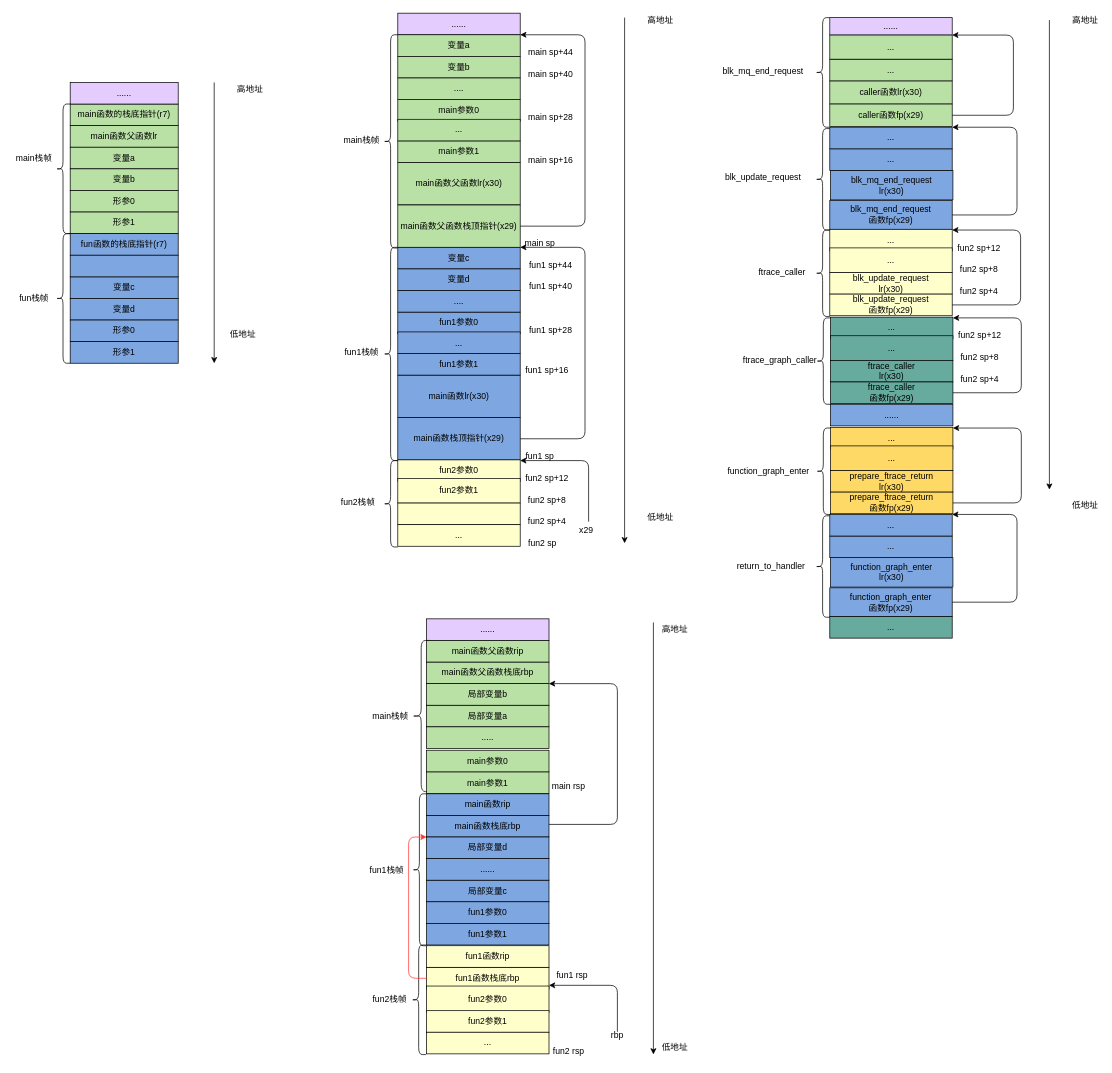
Before: function frame.drawio in jasonactions/graph, a draw.io diagram. Source tidied: cells renumbered, new cells numbered last; positions are measured from the earlier drawing's top-left corner, leaving out a move shared by most shapes. Both pictures are drawn from the tidied source at 72%, with x=0, y=0 at pixel (12, -1).
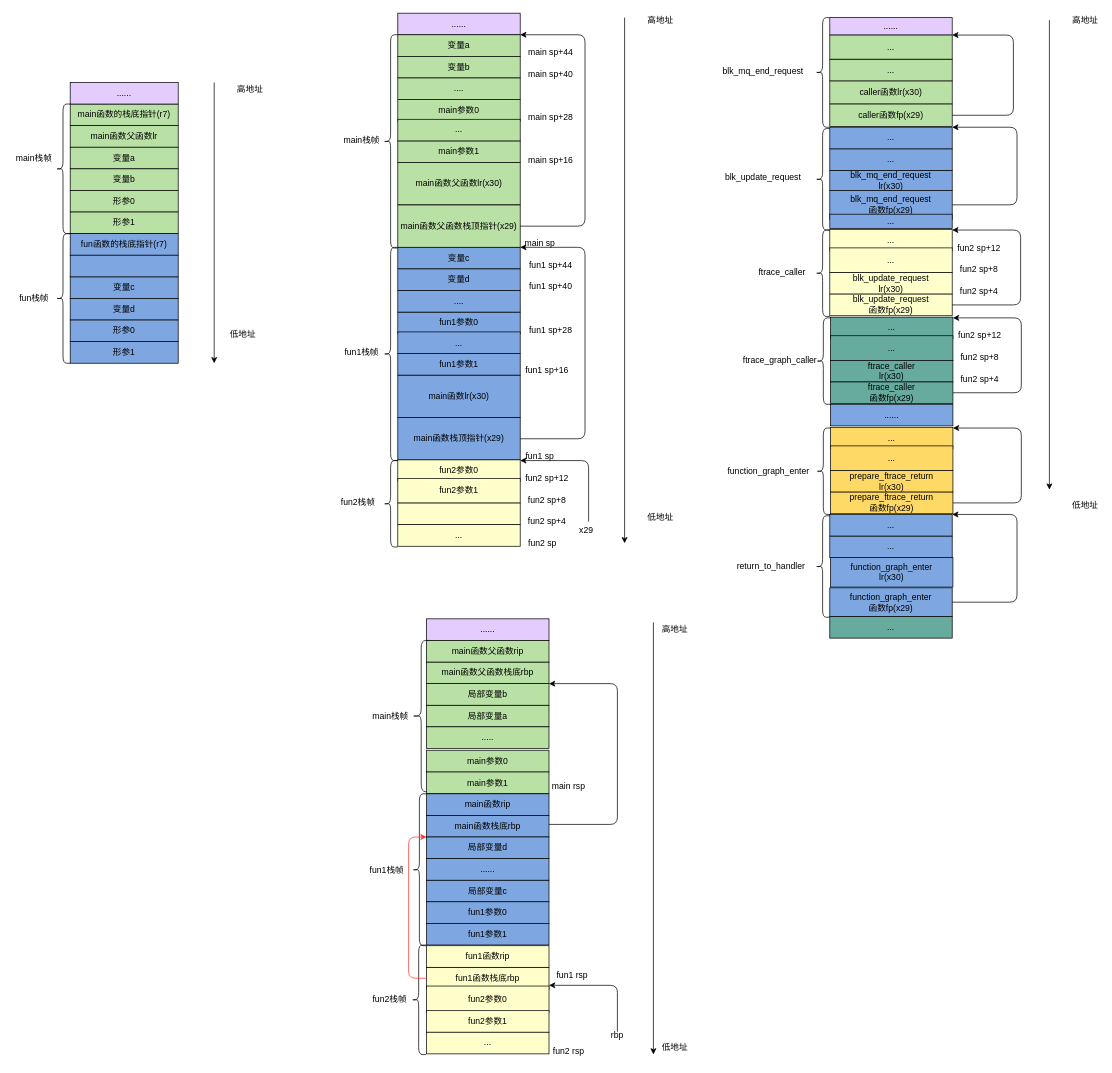
The same diagram, later.

What changed in the source:
```diff
@@
     <mxCell id="117" value="blk_mq_end_request&lt;span&gt;&lt;br&gt;lr(x30)&lt;/span&gt;" style="rounded=0;whiteSpace=wrap;html=1;fillColor=#7EA6E0;" parent="1" vertex="1">
-      <mxGeometry x="1136" y="238.2" width="170" height="40.9" as="geometry" />
+      <mxGeometry x="1135" y="238.2" width="170" height="27.8" as="geometry" />
     </mxCell>
     <mxCell id="118" value="blk_mq_end_request&lt;br&gt;函数fp(x29)" style="rounded=0;whiteSpace=wrap;html=1;fillColor=#7EA6E0;" parent="1" vertex="1">
-      <mxGeometry x="1135" y="280.1" width="170" height="39.9" as="geometry" />
+      <mxGeometry x="1135" y="266" width="170" height="40" as="geometry" />
     </mxCell>
@@
+    <mxCell id="160" value="..." style="rounded=0;whiteSpace=wrap;html=1;fillColor=#7EA6E0;" parent="1" vertex="1">
+      <mxGeometry x="1135" y="299" width="170" height="20" as="geometry" />
+    </mxCell>
```
